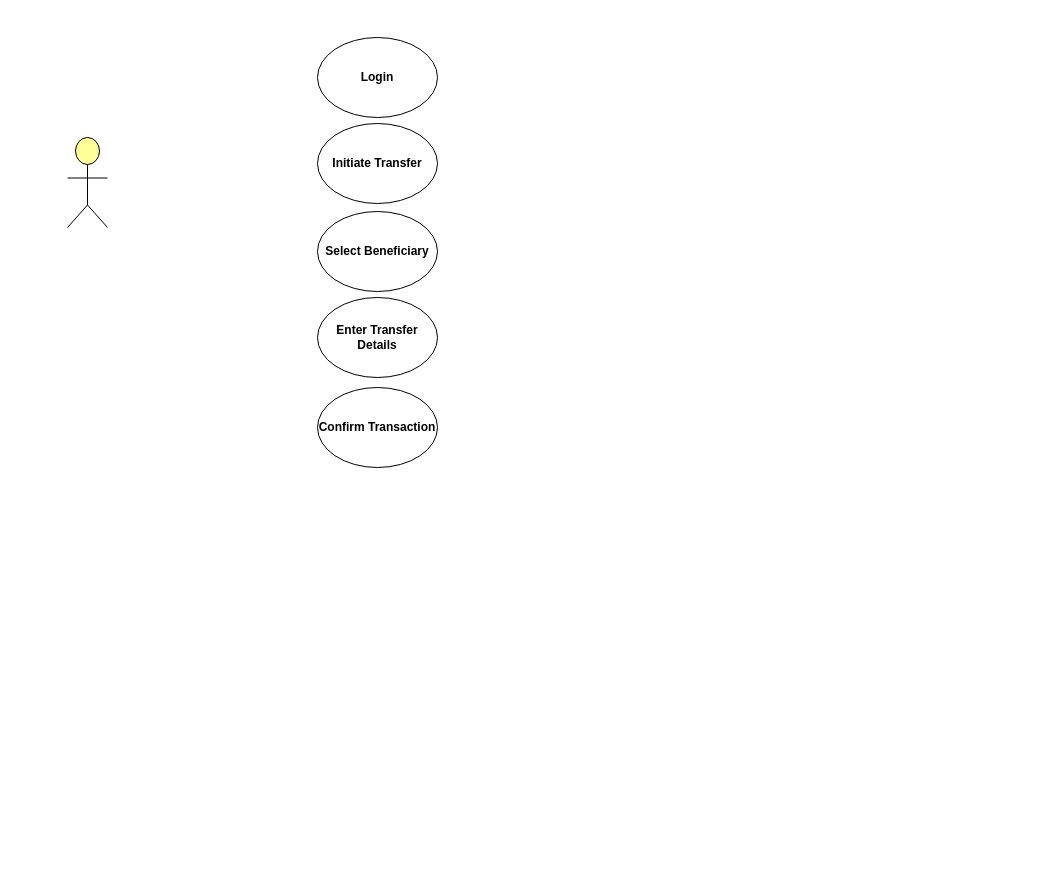
anwarul/architecture-diagram keeps this draw.io diagram as Digital-Asset-Exchange-UseCase.drawio. Above is the earlier version. Source tidied: cells renumbered, new cells numbered last; positions are measured from the earlier drawing's top-left corner, leaving out a move shared by most shapes. Both pictures are drawn from the tidied source at 100%, with x=0, y=0 at pixel (67, 37).
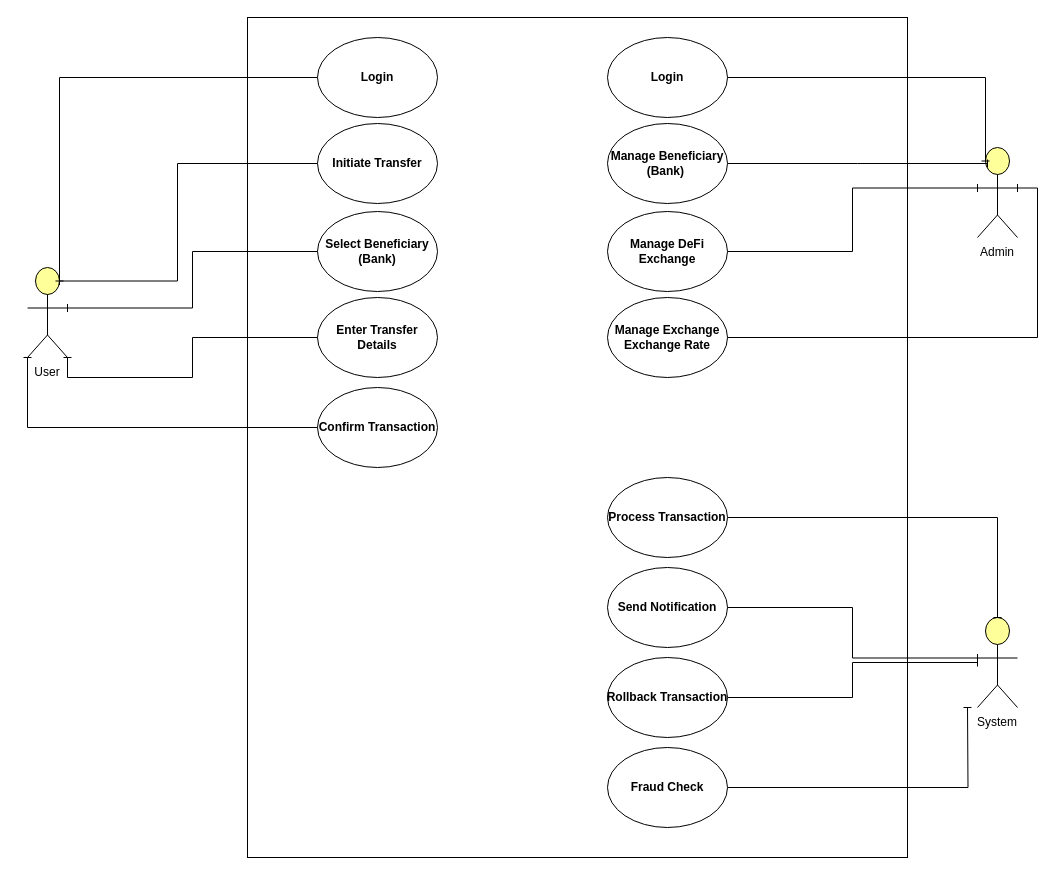
The same page after the edit.

The change refers to these unchanged cells:
```xml
<mxCell id="3" value="&lt;b&gt;Login&lt;/b&gt;" style="ellipse;whiteSpace=wrap;html=1;" parent="1" vertex="1">
  <mxGeometry x="250" width="120" height="80" as="geometry" />
</mxCell>
<mxCell id="4" value="&lt;b&gt;Initiate Transfer&lt;/b&gt;" style="ellipse;whiteSpace=wrap;html=1;" parent="1" vertex="1">
  <mxGeometry x="250" y="86" width="120" height="80" as="geometry" />
</mxCell>
<mxCell id="6" value="&lt;b&gt;Enter Transfer Details&lt;/b&gt;" style="ellipse;whiteSpace=wrap;html=1;" parent="1" vertex="1">
  <mxGeometry x="250" y="260" width="120" height="80" as="geometry" />
</mxCell>
<mxCell id="7" value="&lt;b&gt;Confirm Transaction&lt;/b&gt;" style="ellipse;whiteSpace=wrap;html=1;" parent="1" vertex="1">
  <mxGeometry x="250" y="350" width="120" height="80" as="geometry" />
</mxCell>
```

What changed in the source:
```diff
@@
-    <mxCell id="2" style="html=1;outlineConnect=0;whiteSpace=wrap;fillColor=#ffff99;verticalLabelPosition=bottom;verticalAlign=top;align=center;shape=mxgraph.archimate3.actor;" parent="1" vertex="1">
-      <mxGeometry y="100" width="40" height="90" as="geometry" />
-    </mxCell>
+    <mxCell id="8" style="rounded=0;whiteSpace=wrap;html=1;" parent="1" vertex="1">
+      <mxGeometry x="180" y="-20" width="660" height="840" as="geometry" />
+    </mxCell>
@@
-    <mxCell id="5" value="&lt;b&gt;Select Beneficiary&lt;/b&gt;" style="ellipse;whiteSpace=wrap;html=1;" parent="1" vertex="1">
+    <mxCell id="5" value="&lt;b&gt;Select Beneficiary (Bank)&lt;/b&gt;" style="ellipse;whiteSpace=wrap;html=1;" parent="1" vertex="1">
       <mxGeometry x="250" y="174" width="120" height="80" as="geometry" />
     </mxCell>
@@
+    <mxCell id="9" style="group;" parent="1" vertex="1">
+      <mxGeometry x="900" y="110" width="60" height="120" as="geometry" />
+    </mxCell>
+    <mxCell id="2" style="html=1;outlineConnect=0;whiteSpace=wrap;fillColor=#ffff99;verticalLabelPosition=bottom;verticalAlign=top;align=center;shape=mxgraph.archimate3.actor;" parent="9" vertex="1">
+      <mxGeometry x="10" width="40" height="90" as="geometry" />
+    </mxCell>
+    <mxCell id="10" value="Admin" style="text;html=1;align=center;verticalAlign=middle;whiteSpace=wrap;rounded=0;" parent="9" vertex="1">
+      <mxGeometry y="90" width="60" height="30" as="geometry" />
+    </mxCell>
+    <mxCell id="11" style="group;" parent="1" vertex="1">
+      <mxGeometry x="-50" y="230" width="60" height="120" as="geometry" />
+    </mxCell>
+    <mxCell id="12" style="html=1;outlineConnect=0;whiteSpace=wrap;fillColor=#ffff99;verticalLabelPosition=bottom;verticalAlign=top;align=center;shape=mxgraph.archimate3.actor;" parent="11" vertex="1">
+      <mxGeometry x="10" width="40" height="90" as="geometry" />
+    </mxCell>
+    <mxCell id="13" value="User" style="text;html=1;align=center;verticalAlign=middle;whiteSpace=wrap;rounded=0;" parent="11" vertex="1">
+      <mxGeometry y="90" width="60" height="30" as="geometry" />
+    </mxCell>
+    <mxCell id="14" value="&lt;b&gt;Login&lt;/b&gt;" style="ellipse;whiteSpace=wrap;html=1;" parent="1" vertex="1">
+      <mxGeometry x="540" width="120" height="80" as="geometry" />
+    </mxCell>
+    <mxCell id="15" style="edgeStyle=orthogonalEdgeStyle;rounded=0;jettySize=auto;html=1;exitX=1;exitY=0.5;exitDx=0;exitDy=0;endArrow=baseDash;endFill=0;" parent="1" edge="1" source="16">
+      <mxGeometry relative="1" as="geometry">
+        <mxPoint x="920" y="126" as="targetPoint" />
+      </mxGeometry>
+    </mxCell>
+    <mxCell id="16" value="&lt;b&gt;Manage&amp;nbsp;&lt;/b&gt;&lt;b style=&quot;border-color: var(--border-color);&quot;&gt;Beneficiary&lt;/b&gt;&lt;b&gt;&lt;br&gt;(Bank)&amp;nbsp;&lt;/b&gt;" style="ellipse;whiteSpace=wrap;html=1;" parent="1" vertex="1">
+      <mxGeometry x="540" y="86" width="120" height="80" as="geometry" />
+    </mxCell>
+    <mxCell id="17" style="edgeStyle=orthogonalEdgeStyle;rounded=0;jettySize=auto;html=1;entryX=0;entryY=0.45;entryDx=0;entryDy=0;entryPerimeter=0;endArrow=baseDash;endFill=0;" parent="1" edge="1" source="18" target="2">
+      <mxGeometry relative="1" as="geometry" />
+    </mxCell>
+    <mxCell id="18" value="&lt;b&gt;Manage DeFi Exchange&lt;/b&gt;" style="ellipse;whiteSpace=wrap;html=1;" parent="1" vertex="1">
+      <mxGeometry x="540" y="174" width="120" height="80" as="geometry" />
+    </mxCell>
+    <mxCell id="19" value="&lt;b&gt;Manage Exchange Exchange Rate&lt;/b&gt;" style="ellipse;whiteSpace=wrap;html=1;" parent="1" vertex="1">
+      <mxGeometry x="540" y="260" width="120" height="80" as="geometry" />
+    </mxCell>
+    <mxCell id="20" style="edgeStyle=orthogonalEdgeStyle;rounded=0;jettySize=auto;html=1;entryX=0.2;entryY=0.15;entryDx=0;entryDy=0;entryPerimeter=0;endArrow=baseDash;endFill=0;" parent="1" edge="1" source="14" target="2">
+      <mxGeometry relative="1" as="geometry" />
+    </mxCell>
+    <mxCell id="21" style="edgeStyle=orthogonalEdgeStyle;rounded=0;jettySize=auto;html=1;entryX=1;entryY=0.45;entryDx=0;entryDy=0;entryPerimeter=0;endArrow=baseDash;endFill=0;" parent="1" edge="1" source="19" target="2">
+      <mxGeometry relative="1" as="geometry" />
+    </mxCell>
+    <mxCell id="22" style="edgeStyle=orthogonalEdgeStyle;rounded=0;jettySize=auto;html=1;entryX=0.8;entryY=0.15;entryDx=0;entryDy=0;entryPerimeter=0;endArrow=baseDash;endFill=0;" parent="1" edge="1" source="3" target="12">
+      <mxGeometry relative="1" as="geometry" />
+    </mxCell>
+    <mxCell id="23" style="edgeStyle=orthogonalEdgeStyle;rounded=0;jettySize=auto;html=1;entryX=0.8;entryY=0.15;entryDx=0;entryDy=0;entryPerimeter=0;endArrow=baseDash;endFill=0;" parent="1" edge="1" source="4" target="12">
+      <mxGeometry relative="1" as="geometry">
+        <Array as="points">
+          <mxPoint x="110" y="126" />
+          <mxPoint x="110" y="243" />
+        </Array>
+      </mxGeometry>
+    </mxCell>
+    <mxCell id="24" style="edgeStyle=orthogonalEdgeStyle;rounded=0;jettySize=auto;html=1;entryX=1;entryY=0.45;entryDx=0;entryDy=0;entryPerimeter=0;endArrow=baseDash;endFill=0;" parent="1" edge="1" source="5" target="12">
+      <mxGeometry relative="1" as="geometry" />
+    </mxCell>
+    <mxCell id="25" style="edgeStyle=orthogonalEdgeStyle;rounded=0;jettySize=auto;html=1;entryX=1;entryY=1;entryDx=0;entryDy=0;entryPerimeter=0;endArrow=baseDash;endFill=0;" parent="1" edge="1" source="6" target="12">
+      <mxGeometry relative="1" as="geometry" />
+    </mxCell>
+    <mxCell id="26" style="edgeStyle=orthogonalEdgeStyle;rounded=0;jettySize=auto;html=1;entryX=0;entryY=1;entryDx=0;entryDy=0;entryPerimeter=0;endArrow=baseDash;endFill=0;" parent="1" edge="1" source="7" target="12">
+      <mxGeometry relative="1" as="geometry" />
+    </mxCell>
+    <mxCell id="27" style="group;" parent="1" vertex="1">
+      <mxGeometry x="900" y="580" width="60" height="120" as="geometry" />
+    </mxCell>
+    <mxCell id="28" style="html=1;outlineConnect=0;whiteSpace=wrap;fillColor=#ffff99;verticalLabelPosition=bottom;verticalAlign=top;align=center;shape=mxgraph.archimate3.actor;" parent="27" vertex="1">
+      <mxGeometry x="10" width="40" height="90" as="geometry" />
+    </mxCell>
+    <mxCell id="29" value="System" style="text;html=1;align=center;verticalAlign=middle;whiteSpace=wrap;rounded=0;" parent="27" vertex="1">
+      <mxGeometry y="90" width="60" height="30" as="geometry" />
+    </mxCell>
+    <mxCell id="30" style="edgeStyle=orthogonalEdgeStyle;rounded=0;jettySize=auto;html=1;endArrow=baseDash;endFill=0;" parent="1" edge="1" source="31" target="28">
+      <mxGeometry relative="1" as="geometry" />
+    </mxCell>
+    <mxCell id="31" value="&lt;b&gt;Process Transaction&lt;/b&gt;" style="ellipse;whiteSpace=wrap;html=1;" parent="1" vertex="1">
+      <mxGeometry x="540" y="440" width="120" height="80" as="geometry" />
+    </mxCell>
+    <mxCell id="32" value="&lt;b&gt;Send Notification&lt;/b&gt;" style="ellipse;whiteSpace=wrap;html=1;" parent="1" vertex="1">
+      <mxGeometry x="540" y="530" width="120" height="80" as="geometry" />
+    </mxCell>
+    <mxCell id="33" style="edgeStyle=orthogonalEdgeStyle;rounded=0;jettySize=auto;html=1;endArrow=baseDash;endFill=0;" parent="1" edge="1" source="34" target="28">
+      <mxGeometry relative="1" as="geometry" />
+    </mxCell>
+    <mxCell id="34" value="&lt;b&gt;Rollback&amp;nbsp;&lt;/b&gt;&lt;b style=&quot;border-color: var(--border-color);&quot;&gt;Transaction&lt;/b&gt;" style="ellipse;whiteSpace=wrap;html=1;" parent="1" vertex="1">
+      <mxGeometry x="540" y="620" width="120" height="80" as="geometry" />
+    </mxCell>
+    <mxCell id="35" style="edgeStyle=orthogonalEdgeStyle;rounded=0;jettySize=auto;html=1;endArrow=baseDash;endFill=0;" parent="1" edge="1" source="36">
+      <mxGeometry relative="1" as="geometry">
+        <mxPoint x="900" y="670" as="targetPoint" />
+      </mxGeometry>
+    </mxCell>
+    <mxCell id="36" value="&lt;b&gt;Fraud Check&lt;/b&gt;" style="ellipse;whiteSpace=wrap;html=1;" parent="1" vertex="1">
+      <mxGeometry x="540" y="710" width="120" height="80" as="geometry" />
+    </mxCell>
+    <mxCell id="37" style="edgeStyle=orthogonalEdgeStyle;rounded=0;jettySize=auto;html=1;entryX=0;entryY=0.45;entryDx=0;entryDy=0;entryPerimeter=0;endArrow=baseDash;endFill=0;" parent="1" edge="1" source="32" target="28">
+      <mxGeometry relative="1" as="geometry" />
+    </mxCell>
```
